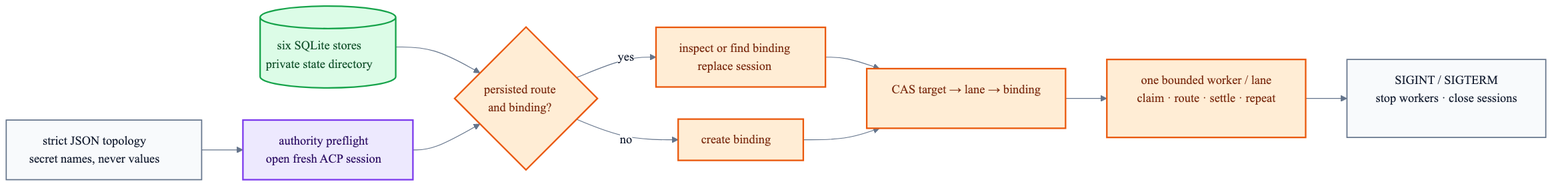
Above: v2/docs/runtime-startup-flow.png in fontanierh/crab (Mermaid), before the change. Its source is kept beside it as v2/docs/runtime-startup-flow.mmd. Source of this version:
```mermaid
%%{init: {"theme": "base", "themeVariables": {"fontFamily": "ui-sans-serif, system-ui, sans-serif", "primaryTextColor": "#172033", "lineColor": "#64748b", "edgeLabelBackground": "#ffffff"}, "flowchart": {"curve": "basis", "nodeSpacing": 42, "rankSpacing": 54}}}%%
flowchart LR
    CONFIG["strict JSON topology<br/>secret names, never values"]
    STATE[("six SQLite stores<br/>private state directory")]
    OPEN["authority preflight<br/>open fresh ACP session"]
    RECOVER{"persisted route<br/>and binding?"}
    REBIND["inspect or find binding<br/>replace session"]
    BIND["create binding"]
    ROUTE["CAS target → lane → binding"]
    WORKER["one bounded worker / lane<br/>claim · route · settle · repeat"]
    SIGNAL["SIGINT / SIGTERM<br/>stop workers · close sessions"]

    CONFIG --> OPEN
    STATE --> RECOVER
    OPEN --> RECOVER
    RECOVER -->|"yes"| REBIND
    RECOVER -->|"no"| BIND
    REBIND --> ROUTE
    BIND --> ROUTE
    ROUTE --> WORKER
    WORKER --> SIGNAL

    classDef config fill:#f8fafc,stroke:#64748b,stroke-width:1.5px,color:#172033;
    classDef durable fill:#dcfce7,stroke:#16a34a,stroke-width:2px,color:#14532d;
    classDef agent fill:#ede9fe,stroke:#7c3aed,stroke-width:2px,color:#2e1065;
    classDef runtime fill:#ffedd5,stroke:#ea580c,stroke-width:2px,color:#7c2d12;
    class CONFIG,SIGNAL config;
    class STATE durable;
    class OPEN agent;
    class RECOVER,REBIND,BIND,ROUTE,WORKER runtime;
```
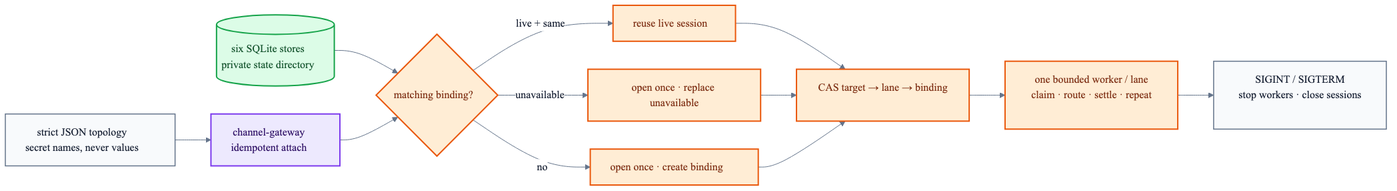
Later version of the same file.

What changed in the source:
```diff
@@ -2,19 +2,22 @@
 flowchart LR
     CONFIG["strict JSON topology<br/>secret names, never values"]
     STATE[("six SQLite stores<br/>private state directory")]
-    OPEN["authority preflight<br/>open fresh ACP session"]
-    RECOVER{"persisted route<br/>and binding?"}
-    REBIND["inspect or find binding<br/>replace session"]
-    BIND["create binding"]
+    ATTACH["channel-gateway<br/>idempotent attach"]
+    RECOVER{"matching binding?"}
+    REUSE["reuse live session"]
+    REBIND["open once · replace unavailable"]
+    BIND["open once · create binding"]
     ROUTE["CAS target → lane → binding"]
     WORKER["one bounded worker / lane<br/>claim · route · settle · repeat"]
     SIGNAL["SIGINT / SIGTERM<br/>stop workers · close sessions"]
 
-    CONFIG --> OPEN
+    CONFIG --> ATTACH
     STATE --> RECOVER
-    OPEN --> RECOVER
-    RECOVER -->|"yes"| REBIND
+    ATTACH --> RECOVER
+    RECOVER -->|"live + same"| REUSE
+    RECOVER -->|"unavailable"| REBIND
     RECOVER -->|"no"| BIND
+    REUSE --> ROUTE
     REBIND --> ROUTE
     BIND --> ROUTE
     ROUTE --> WORKER
@@ -26,5 +29,5 @@
     classDef runtime fill:#ffedd5,stroke:#ea580c,stroke-width:2px,color:#7c2d12;
     class CONFIG,SIGNAL config;
     class STATE durable;
-    class OPEN agent;
-    class RECOVER,REBIND,BIND,ROUTE,WORKER runtime;
+    class ATTACH agent;
+    class RECOVER,REUSE,REBIND,BIND,ROUTE,WORKER runtime;
```
